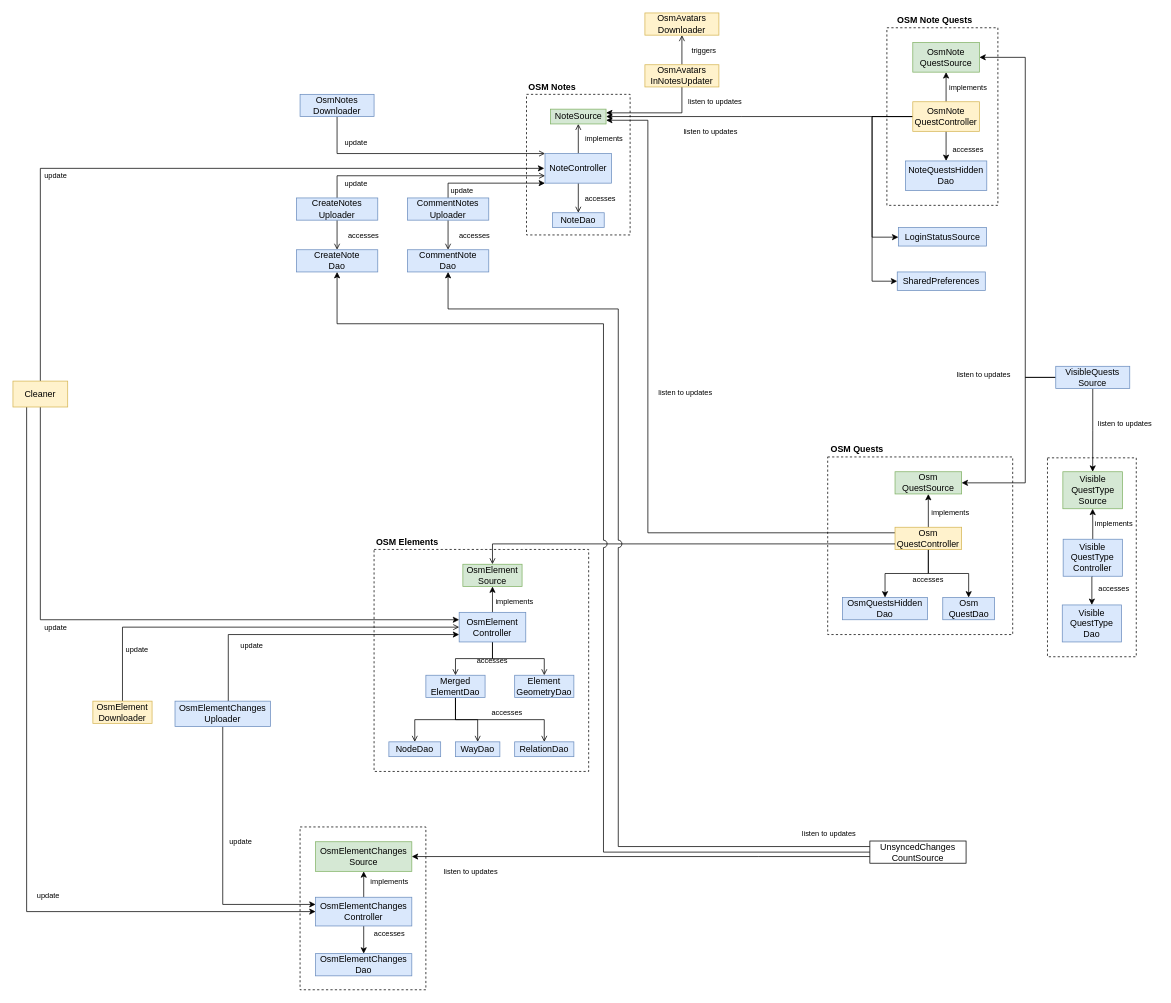
Earlier version of the draw.io diagram page "Page-2" (2 of 2) of res/overview_upload.drawio (streetcomplete/StreetComplete). Source tidied: cells renumbered, new cells numbered last; positions are measured from the earlier drawing's top-left corner, leaving out a move shared by most shapes. Both pictures are drawn from the tidied source at 74%, with x=0, y=0 at pixel (13, 13).
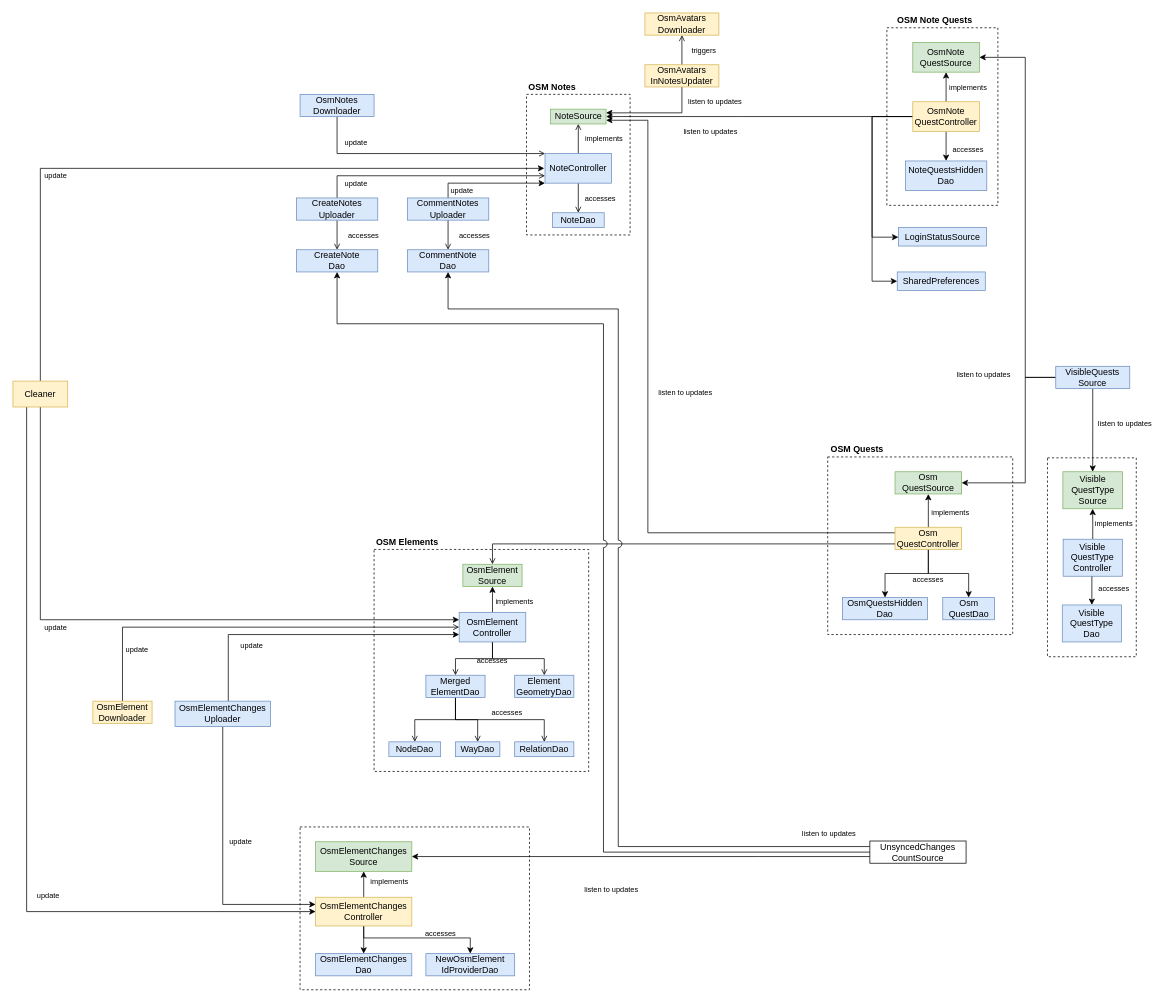
The same diagram, later.

Change to the diagram source:
```diff
@@
     <mxCell id="2" style="rounded=0;whiteSpace=wrap;html=1;fillColor=none;dashed=1;" parent="1" vertex="1">
-      <mxGeometry x="388" y="1100" width="170" height="220" as="geometry" />
+      <mxGeometry x="388" y="1100" width="310" height="220" as="geometry" />
     </mxCell>
@@
+    <mxCell id="122" style="edgeStyle=orthogonalEdgeStyle;rounded=0;jettySize=auto;html=1;entryX=0.5;entryY=0;entryDx=0;entryDy=0;" parent="1" edge="1" source="105" target="123">
+      <mxGeometry relative="1" as="geometry">
+        <Array as="points">
+          <mxPoint x="474" y="1250" />
+          <mxPoint x="618" y="1250" />
+        </Array>
+      </mxGeometry>
+    </mxCell>
-    <mxCell id="105" value="OsmElementChanges&lt;br&gt;Controller" style="rounded=0;whiteSpace=wrap;html=1;fillColor=#dae8fc;strokeColor=#6c8ebf;" parent="1" vertex="1">
+    <mxCell id="105" value="OsmElementChanges&lt;br&gt;Controller" style="rounded=0;whiteSpace=wrap;html=1;fillColor=#fff2cc;strokeColor=#d6b656;" parent="1" vertex="1">
       <mxGeometry x="409" y="1195" width="130" height="38.8" as="geometry" />
     </mxCell>
@@
     <mxCell id="107" value="&lt;font style=&quot;font-size: 10px&quot;&gt;accesses&lt;/font&gt;" style="text;html=1;strokeColor=none;fillColor=none;align=center;verticalAlign=middle;whiteSpace=wrap;rounded=0;" parent="1" vertex="1">
-      <mxGeometry x="479" y="1233.8" width="60" height="20" as="geometry" />
+      <mxGeometry x="548" y="1233.8" width="60" height="20" as="geometry" />
     </mxCell>
@@
     <mxCell id="114" value="&lt;font style=&quot;font-size: 10px&quot;&gt;listen to updates&lt;/font&gt;" style="text;html=1;strokeColor=none;fillColor=none;align=center;verticalAlign=middle;whiteSpace=wrap;rounded=0;" parent="1" vertex="1">
-      <mxGeometry x="574" y="1150" width="90" height="20" as="geometry" />
+      <mxGeometry x="764" y="1175" width="90" height="20" as="geometry" />
     </mxCell>
@@
+    <mxCell id="123" value="NewOsmElement&lt;br&gt;IdProviderDao" style="rounded=0;whiteSpace=wrap;html=1;fillColor=#dae8fc;strokeColor=#6c8ebf;" parent="1" vertex="1">
+      <mxGeometry x="558" y="1271.2" width="120" height="30" as="geometry" />
+    </mxCell>
```
